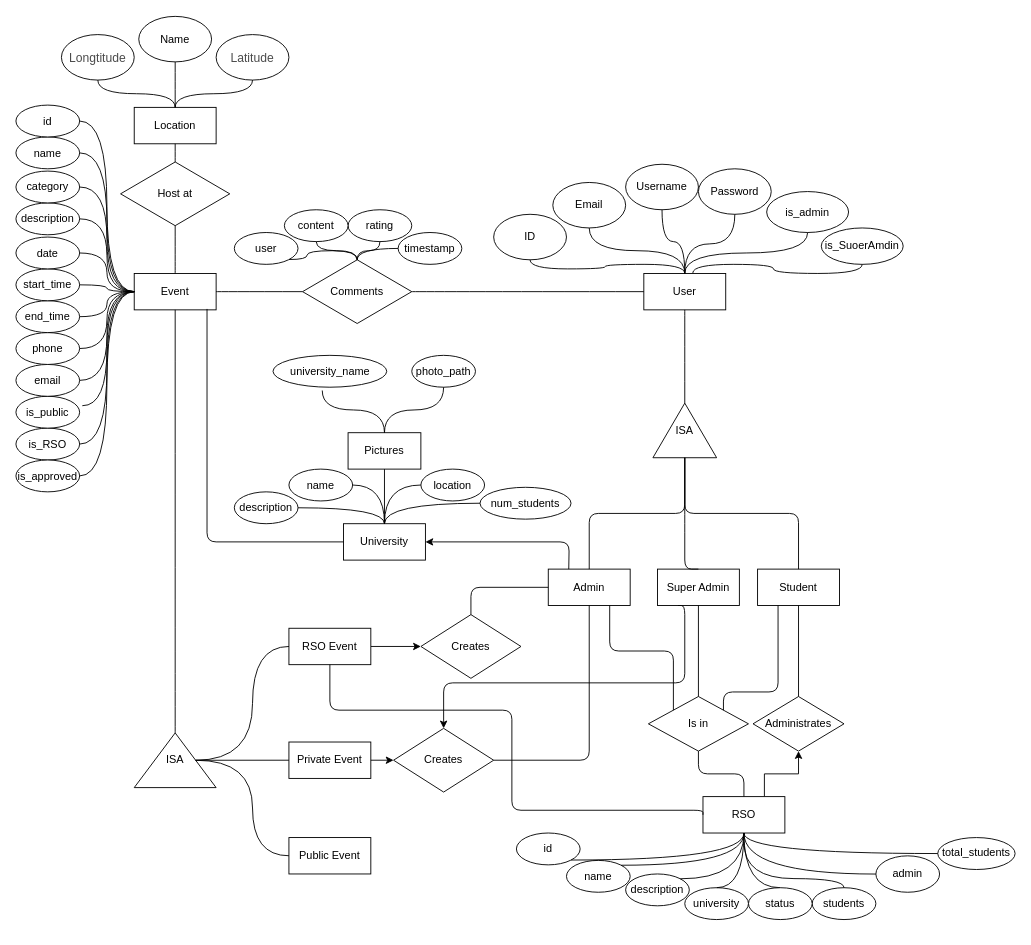
Before: Untitled Diagram.drawio in yao1999/College-Event-Website, a draw.io diagram. Source tidied: cells renumbered, new cells numbered last; positions are measured from the earlier drawing's top-left corner, leaving out a move shared by most shapes. Both pictures are drawn from the tidied source at 91%, with x=0, y=0 at pixel (15, 15).
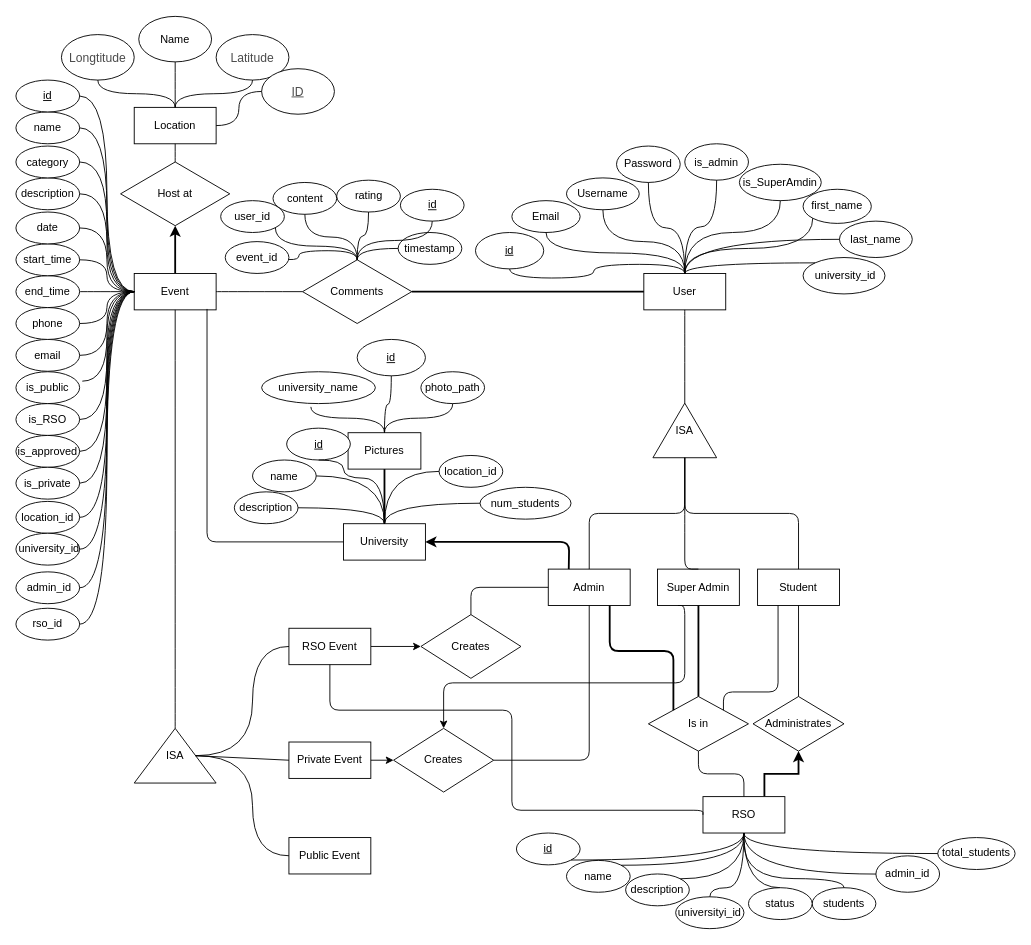
Above is the later version.

Unchanged cells that the change refers to:
```xml
<mxCell id="2" value="Location" style="rounded=0;whiteSpace=wrap;html=1;" parent="1" vertex="1">
  <mxGeometry x="130" y="100.5" width="90" height="40" as="geometry" />
</mxCell>
<mxCell id="3" value="Event" style="rounded=0;whiteSpace=wrap;html=1;" parent="1" vertex="1">
  <mxGeometry x="130" y="283" width="90" height="40" as="geometry" />
</mxCell>
<mxCell id="7" value="Admin" style="rounded=0;whiteSpace=wrap;html=1;" parent="1" vertex="1">
  <mxGeometry x="585" y="607.9" width="90" height="40" as="geometry" />
</mxCell>
<mxCell id="9" value="User" style="rounded=0;whiteSpace=wrap;html=1;" parent="1" vertex="1">
  <mxGeometry x="690" y="283" width="90" height="40" as="geometry" />
</mxCell>
<mxCell id="10" value="Super Admin" style="rounded=0;whiteSpace=wrap;html=1;" parent="1" vertex="1">
  <mxGeometry x="705" y="607.9" width="90" height="40" as="geometry" />
</mxCell>
<mxCell id="13" value="RSO" style="rounded=0;whiteSpace=wrap;html=1;" parent="1" vertex="1">
  <mxGeometry x="755" y="857.9" width="90" height="40" as="geometry" />
</mxCell>
<mxCell id="14" value="University" style="rounded=0;whiteSpace=wrap;html=1;" parent="1" vertex="1">
  <mxGeometry x="360" y="558" width="90" height="40" as="geometry" />
</mxCell>
<mxCell id="17" value="Host at" style="rhombus;whiteSpace=wrap;html=1;" parent="1" vertex="1">
  <mxGeometry x="115" y="160.5" width="120" height="70" as="geometry" />
</mxCell>
<mxCell id="18" value="Comments" style="rhombus;whiteSpace=wrap;html=1;" parent="1" vertex="1">
  <mxGeometry x="315" y="268" width="120" height="70" as="geometry" />
</mxCell>
<mxCell id="21" value="Is in" style="rhombus;whiteSpace=wrap;html=1;" parent="1" vertex="1">
  <mxGeometry x="695" y="747.9" width="110" height="60" as="geometry" />
</mxCell>
<mxCell id="22" value="Administrates" style="rhombus;whiteSpace=wrap;html=1;" parent="1" vertex="1">
  <mxGeometry x="810" y="747.9" width="100" height="60" as="geometry" />
</mxCell>
<mxCell id="99" value="Pictures" style="rounded=0;whiteSpace=wrap;html=1;" parent="1" vertex="1">
  <mxGeometry x="365" y="458" width="80" height="40" as="geometry" />
</mxCell>
```

Change to the diagram source:
```diff
@@
+    <mxCell id="39" style="edgeStyle=elbowEdgeStyle;rounded=0;jettySize=auto;elbow=vertical;html=1;entryX=0.5;entryY=1;entryDx=0;entryDy=0;strokeWidth=2;fillColor=#001933;" parent="1" edge="1" source="3" target="17">
+      <mxGeometry relative="1" as="geometry" />
+    </mxCell>
@@
-    <mxCell id="12" style="edgeStyle=orthogonalEdgeStyle;rounded=0;jettySize=auto;html=1;entryX=0.5;entryY=1;entryDx=0;entryDy=0;exitX=0.75;exitY=0;exitDx=0;exitDy=0;" parent="1" edge="1" source="13" target="22">
+    <mxCell id="12" style="edgeStyle=orthogonalEdgeStyle;rounded=0;jettySize=auto;html=1;entryX=0.5;entryY=1;entryDx=0;entryDy=0;exitX=0.75;exitY=0;exitDx=0;exitDy=0;strokeWidth=2;" parent="1" edge="1" source="13" target="22">
       <mxGeometry relative="1" as="geometry" />
     </mxCell>
@@
     <mxCell id="15" value="ISA" style="triangle;whiteSpace=wrap;html=1;direction=north;" parent="1" vertex="1">
-      <mxGeometry x="130" y="787.9" width="90" height="60.1" as="geometry" />
+      <mxGeometry x="130" y="782.9" width="90" height="60.1" as="geometry" />
     </mxCell>
@@
     <mxCell id="25" value="Email" style="ellipse;whiteSpace=wrap;html=1;" parent="1" vertex="1">
-      <mxGeometry x="590" y="183" width="80" height="50" as="geometry" />
+      <mxGeometry x="545" y="203" width="75" height="35" as="geometry" />
     </mxCell>
     <mxCell id="26" value="Username" style="ellipse;whiteSpace=wrap;html=1;" parent="1" vertex="1">
-      <mxGeometry x="670" y="163" width="80" height="50" as="geometry" />
+      <mxGeometry x="605" y="178" width="80" height="35" as="geometry" />
     </mxCell>
-    <mxCell id="27" value="ID" style="ellipse;whiteSpace=wrap;html=1;" parent="1" vertex="1">
-      <mxGeometry x="525" y="218" width="80" height="50" as="geometry" />
+    <mxCell id="27" value="&lt;u&gt;id&lt;/u&gt;" style="ellipse;whiteSpace=wrap;html=1;" parent="1" vertex="1">
+      <mxGeometry x="505" y="238" width="75" height="40" as="geometry" />
     </mxCell>
@@
     <mxCell id="29" value="Password" style="ellipse;whiteSpace=wrap;html=1;" parent="1" vertex="1">
-      <mxGeometry x="750" y="168" width="80" height="50" as="geometry" />
+      <mxGeometry x="660" y="143" width="70" height="40" as="geometry" />
     </mxCell>
     <mxCell id="30" style="edgeStyle=orthogonalEdgeStyle;rounded=0;orthogonalLoop=1;jettySize=auto;html=1;exitX=0.5;exitY=1;exitDx=0;exitDy=0;" parent="1" edge="1">
       <mxGeometry relative="1" as="geometry">
-        <mxPoint x="60" y="230.5" as="sourcePoint" />
-        <mxPoint x="60" y="230.5" as="targetPoint" />
+        <mxPoint x="60" y="203" as="sourcePoint" />
+        <mxPoint x="60" y="203" as="targetPoint" />
       </mxGeometry>
     </mxCell>
@@
-    <mxCell id="39" style="endArrow=none;html=1;exitX=0.5;exitY=0;exitDx=0;exitDy=0;entryX=0.5;entryY=1;entryDx=0;entryDy=0;edgeStyle=orthogonalEdgeStyle;curved=1;" parent="1" edge="1" source="3" target="17">
-      <mxGeometry relative="1" as="geometry" />
-    </mxCell>
@@
-    <mxCell id="47" style="endArrow=none;html=1;exitX=1;exitY=0.5;exitDx=0;exitDy=0;entryX=0;entryY=0.5;entryDx=0;entryDy=0;edgeStyle=orthogonalEdgeStyle;curved=1;" parent="1" edge="1" source="18" target="9">
+    <mxCell id="47" style="endArrow=none;html=1;exitX=1;exitY=0.5;exitDx=0;exitDy=0;entryX=0;entryY=0.5;entryDx=0;entryDy=0;edgeStyle=orthogonalEdgeStyle;curved=1;strokeWidth=2;" parent="1" edge="1" source="18" target="9">
       <mxGeometry relative="1" as="geometry" />
     </mxCell>
@@
-    <mxCell id="55" style="endArrow=none;html=1;exitX=0.5;exitY=0;exitDx=0;exitDy=0;entryX=0.5;entryY=1;entryDx=0;entryDy=0;edgeStyle=orthogonalEdgeStyle;fillColor=#001933;" parent="1" edge="1" source="21" target="10">
+    <mxCell id="55" style="endArrow=none;html=1;exitX=0.5;exitY=0;exitDx=0;exitDy=0;entryX=0.5;entryY=1;entryDx=0;entryDy=0;edgeStyle=orthogonalEdgeStyle;fillColor=#001933;strokeWidth=2;" parent="1" edge="1" source="21" target="10">
       <mxGeometry relative="1" as="geometry" />
     </mxCell>
@@
-    <mxCell id="57" style="endArrow=classic;html=1;entryX=1;entryY=0.5;entryDx=0;entryDy=0;exitX=0.25;exitY=0;exitDx=0;exitDy=0;" parent="1" edge="1" source="7" target="14">
+    <mxCell id="57" style="endArrow=classic;html=1;entryX=1;entryY=0.5;entryDx=0;entryDy=0;exitX=0.25;exitY=0;exitDx=0;exitDy=0;bold=1;fillColor=#001933;strokeWidth=2;" parent="1" edge="1" source="7" target="14">
       <mxGeometry relative="1" as="geometry">
         <Array as="points">
           <mxPoint x="608" y="578" />
         </Array>
       </mxGeometry>
     </mxCell>
-    <mxCell id="58" style="endArrow=none;html=1;exitX=0.75;exitY=1;exitDx=0;exitDy=0;entryX=0;entryY=0;entryDx=0;entryDy=0;edgeStyle=orthogonalEdgeStyle;" parent="1" edge="1" source="7" target="21">
+    <mxCell id="58" style="endArrow=none;html=1;exitX=0.75;exitY=1;exitDx=0;exitDy=0;entryX=0;entryY=0;entryDx=0;entryDy=0;edgeStyle=orthogonalEdgeStyle;strokeWidth=2;" parent="1" edge="1" source="7" target="21">
       <mxGeometry relative="1" as="geometry" />
     </mxCell>
@@
     <mxCell id="67" value="is_admin" style="ellipse;whiteSpace=wrap;html=1;" parent="1" vertex="1">
-      <mxGeometry x="825" y="193" width="90" height="45" as="geometry" />
+      <mxGeometry x="735" y="140.5" width="70" height="40" as="geometry" />
     </mxCell>
-    <mxCell id="68" value="is_SuoerAmdin" style="ellipse;whiteSpace=wrap;html=1;" parent="1" vertex="1">
-      <mxGeometry x="885" y="233" width="90" height="40" as="geometry" />
+    <mxCell id="68" value="is_SuperAmdin" style="ellipse;whiteSpace=wrap;html=1;" parent="1" vertex="1">
+      <mxGeometry x="795" y="163" width="90" height="40" as="geometry" />
     </mxCell>
@@
-    <mxCell id="70" style="endArrow=none;html=1;entryX=0.5;entryY=1;entryDx=0;entryDy=0;exitX=0.598;exitY=-0.012;exitDx=0;exitDy=0;exitPerimeter=0;edgeStyle=orthogonalEdgeStyle;curved=1;" parent="1" edge="1" source="9" target="68">
-      <mxGeometry relative="1" as="geometry" />
+    <mxCell id="70" style="endArrow=none;html=1;entryX=0.5;entryY=1;entryDx=0;entryDy=0;edgeStyle=orthogonalEdgeStyle;curved=1;" parent="1" edge="1" target="68">
+      <mxGeometry relative="1" as="geometry">
+        <mxPoint x="735" y="283" as="sourcePoint" />
+        <Array as="points">
+          <mxPoint x="735" y="238" />
+          <mxPoint x="840" y="238" />
+        </Array>
+      </mxGeometry>
     </mxCell>
-    <mxCell id="71" value="location" style="ellipse;whiteSpace=wrap;html=1;" parent="1" vertex="1">
-      <mxGeometry x="445" y="498" width="70" height="35" as="geometry" />
+    <mxCell id="71" value="location_id" style="ellipse;whiteSpace=wrap;html=1;" parent="1" vertex="1">
+      <mxGeometry x="465" y="483" width="70" height="35" as="geometry" />
     </mxCell>
     <mxCell id="72" value="photo_path" style="ellipse;whiteSpace=wrap;html=1;" parent="1" vertex="1">
-      <mxGeometry x="435" y="373" width="70" height="35" as="geometry" />
+      <mxGeometry x="445" y="391" width="70" height="35" as="geometry" />
     </mxCell>
     <mxCell id="73" value="university_name" style="ellipse;whiteSpace=wrap;html=1;" parent="1" vertex="1">
-      <mxGeometry x="282.5" y="373" width="125" height="35" as="geometry" />
+      <mxGeometry x="270" y="391" width="125" height="35" as="geometry" />
     </mxCell>
@@
-    <mxCell id="76" value="admin" style="ellipse;whiteSpace=wrap;html=1;" parent="1" vertex="1">
+    <mxCell id="76" value="admin_id" style="ellipse;whiteSpace=wrap;html=1;" parent="1" vertex="1">
       <mxGeometry x="945" y="923" width="70" height="40" as="geometry" />
     </mxCell>
@@
-    <mxCell id="78" value="university" style="ellipse;whiteSpace=wrap;html=1;" parent="1" vertex="1">
-      <mxGeometry x="735" y="958" width="70" height="35" as="geometry" />
+    <mxCell id="78" value="universityi_id" style="ellipse;whiteSpace=wrap;html=1;" parent="1" vertex="1">
+      <mxGeometry x="725" y="968" width="75" height="35" as="geometry" />
     </mxCell>
@@
-    <mxCell id="81" value="id" style="ellipse;whiteSpace=wrap;html=1;" parent="1" vertex="1">
+    <mxCell id="81" value="&lt;u&gt;id&lt;/u&gt;" style="ellipse;whiteSpace=wrap;html=1;" parent="1" vertex="1">
       <mxGeometry x="550" y="897.9" width="70" height="35" as="geometry" />
     </mxCell>
     <mxCell id="82" value="name" style="ellipse;whiteSpace=wrap;html=1;" parent="1" vertex="1">
-      <mxGeometry x="300" y="498" width="70" height="35" as="geometry" />
+      <mxGeometry x="260" y="488" width="70" height="35" as="geometry" />
     </mxCell>
@@
     <mxCell id="84" value="is_RSO" style="ellipse;whiteSpace=wrap;html=1;" parent="1" vertex="1">
-      <mxGeometry y="453" width="70" height="35" as="geometry" />
+      <mxGeometry y="426" width="70" height="35" as="geometry" />
     </mxCell>
     <mxCell id="85" value="is_public" style="ellipse;whiteSpace=wrap;html=1;" parent="1" vertex="1">
-      <mxGeometry y="418" width="70" height="35" as="geometry" />
+      <mxGeometry y="391" width="70" height="35" as="geometry" />
     </mxCell>
     <mxCell id="86" value="email" style="ellipse;whiteSpace=wrap;html=1;" parent="1" vertex="1">
-      <mxGeometry y="383" width="70" height="35" as="geometry" />
+      <mxGeometry y="355.5" width="70" height="35" as="geometry" />
     </mxCell>
     <mxCell id="87" value="phone" style="ellipse;whiteSpace=wrap;html=1;" parent="1" vertex="1">
-      <mxGeometry y="348" width="70" height="35" as="geometry" />
+      <mxGeometry y="320.5" width="70" height="35" as="geometry" />
     </mxCell>
     <mxCell id="88" value="end_time" style="ellipse;whiteSpace=wrap;html=1;" parent="1" vertex="1">
-      <mxGeometry y="313" width="70" height="35" as="geometry" />
+      <mxGeometry y="285.5" width="70" height="35" as="geometry" />
     </mxCell>
     <mxCell id="89" value="start_time" style="ellipse;whiteSpace=wrap;html=1;" parent="1" vertex="1">
-      <mxGeometry y="278" width="70" height="35" as="geometry" />
+      <mxGeometry y="250.5" width="70" height="35" as="geometry" />
     </mxCell>
     <mxCell id="90" value="date" style="ellipse;whiteSpace=wrap;html=1;" parent="1" vertex="1">
-      <mxGeometry y="243" width="70" height="35" as="geometry" />
+      <mxGeometry y="215.5" width="70" height="35" as="geometry" />
     </mxCell>
     <mxCell id="91" value="description" style="ellipse;whiteSpace=wrap;html=1;" parent="1" vertex="1">
-      <mxGeometry y="205.5" width="70" height="35" as="geometry" />
+      <mxGeometry y="178" width="70" height="35" as="geometry" />
     </mxCell>
     <mxCell id="92" value="category" style="ellipse;whiteSpace=wrap;html=1;" parent="1" vertex="1">
-      <mxGeometry y="170.5" width="70" height="35" as="geometry" />
+      <mxGeometry y="143" width="70" height="35" as="geometry" />
     </mxCell>
     <mxCell id="93" value="name" style="ellipse;whiteSpace=wrap;html=1;" parent="1" vertex="1">
-      <mxGeometry y="133" width="70" height="35" as="geometry" />
+      <mxGeometry y="105.5" width="70" height="35" as="geometry" />
     </mxCell>
-    <mxCell id="94" value="id" style="ellipse;whiteSpace=wrap;html=1;" parent="1" vertex="1">
-      <mxGeometry y="98" width="70" height="35" as="geometry" />
+    <mxCell id="94" value="&lt;u&gt;id&lt;/u&gt;" style="ellipse;whiteSpace=wrap;html=1;" parent="1" vertex="1">
+      <mxGeometry y="70.5" width="70" height="35" as="geometry" />
     </mxCell>
@@
     <mxCell id="96" value="rating" style="ellipse;whiteSpace=wrap;html=1;" parent="1" vertex="1">
-      <mxGeometry x="365" y="213" width="70" height="35" as="geometry" />
+      <mxGeometry x="352.5" y="180.5" width="70" height="35" as="geometry" />
     </mxCell>
     <mxCell id="97" value="content" style="ellipse;whiteSpace=wrap;html=1;" parent="1" vertex="1">
-      <mxGeometry x="295" y="213" width="70" height="35" as="geometry" />
+      <mxGeometry x="282.5" y="183" width="70" height="35" as="geometry" />
     </mxCell>
-    <mxCell id="98" value="user" style="ellipse;whiteSpace=wrap;html=1;" parent="1" vertex="1">
-      <mxGeometry x="240" y="238" width="70" height="35" as="geometry" />
-    </mxCell>
@@
     <mxCell id="100" value="is_approved" style="ellipse;whiteSpace=wrap;html=1;" parent="1" vertex="1">
-      <mxGeometry y="488" width="70" height="35" as="geometry" />
+      <mxGeometry y="461" width="70" height="35" as="geometry" />
     </mxCell>
@@
-    <mxCell id="108" style="endArrow=none;html=1;edgeStyle=orthogonalEdgeStyle;curved=1;exitX=1;exitY=1;exitDx=0;exitDy=0;entryX=0.5;entryY=0;entryDx=0;entryDy=0;" parent="1" edge="1" source="98" target="18">
-      <mxGeometry relative="1" as="geometry" />
+    <mxCell id="108" style="endArrow=none;html=1;edgeStyle=orthogonalEdgeStyle;curved=1;exitX=1;exitY=1;exitDx=0;exitDy=0;entryX=0.5;entryY=0;entryDx=0;entryDy=0;" parent="1" edge="1" target="18">
+      <mxGeometry relative="1" as="geometry">
+        <mxPoint x="300.1" y="267.7" as="sourcePoint" />
+      </mxGeometry>
     </mxCell>
@@
-    <mxCell id="114" style="endArrow=none;html=1;exitX=0.5;exitY=0;exitDx=0;exitDy=0;entryX=0.5;entryY=1;entryDx=0;entryDy=0;" parent="1" edge="1" source="14" target="99">
+    <mxCell id="114" style="endArrow=none;html=1;exitX=0.5;exitY=0;exitDx=0;exitDy=0;entryX=0.5;entryY=1;entryDx=0;entryDy=0;strokeWidth=2;" parent="1" edge="1" source="14" target="99">
       <mxGeometry relative="1" as="geometry" />
     </mxCell>
@@
+    <mxCell id="129" value="is_private" style="ellipse;whiteSpace=wrap;html=1;" parent="1" vertex="1">
+      <mxGeometry y="496" width="70" height="35" as="geometry" />
+    </mxCell>
+    <mxCell id="130" style="endArrow=none;html=1;strokeWidth=1;fillColor=#001933;exitX=1;exitY=0.5;exitDx=0;exitDy=0;entryX=0;entryY=0.5;entryDx=0;entryDy=0;edgeStyle=orthogonalEdgeStyle;curved=1;" parent="1" edge="1" source="129" target="3">
+      <mxGeometry relative="1" as="geometry" />
+    </mxCell>
+    <mxCell id="131" value="&lt;span style=&quot;font-family: &amp;#34;noto_regular&amp;#34; ; color: rgb(75 , 75 , 75) ; font-size: 10pt&quot;&gt;&lt;u&gt;ID&lt;/u&gt;&lt;/span&gt;" style="ellipse;whiteSpace=wrap;html=1;" parent="1" vertex="1">
+      <mxGeometry x="270" y="58" width="80" height="50" as="geometry" />
+    </mxCell>
+    <mxCell id="132" style="endArrow=none;html=1;exitX=1;exitY=0.5;exitDx=0;exitDy=0;entryX=0;entryY=0.5;entryDx=0;entryDy=0;edgeStyle=orthogonalEdgeStyle;curved=1;" parent="1" edge="1" source="2" target="131">
+      <mxGeometry relative="1" as="geometry" />
+    </mxCell>
+    <mxCell id="133" value="location_id" style="ellipse;whiteSpace=wrap;html=1;" parent="1" vertex="1">
+      <mxGeometry y="533.5" width="70" height="35" as="geometry" />
+    </mxCell>
+    <mxCell id="134" value="&amp;nbsp;university_id" style="ellipse;whiteSpace=wrap;html=1;" parent="1" vertex="1">
+      <mxGeometry y="568.5" width="70" height="35" as="geometry" />
+    </mxCell>
+    <mxCell id="135" value="&amp;nbsp;admin_id" style="ellipse;whiteSpace=wrap;html=1;" parent="1" vertex="1">
+      <mxGeometry y="610.9" width="70" height="35" as="geometry" />
+    </mxCell>
+    <mxCell id="136" value="rso_id" style="ellipse;whiteSpace=wrap;html=1;" parent="1" vertex="1">
+      <mxGeometry y="650.9" width="70" height="35" as="geometry" />
+    </mxCell>
+    <mxCell id="137" style="endArrow=none;html=1;strokeWidth=1;fillColor=#001933;exitX=1;exitY=0.5;exitDx=0;exitDy=0;entryX=0;entryY=0.5;entryDx=0;entryDy=0;edgeStyle=orthogonalEdgeStyle;curved=1;" parent="1" edge="1" source="133" target="3">
+      <mxGeometry relative="1" as="geometry" />
+    </mxCell>
+    <mxCell id="138" style="endArrow=none;html=1;strokeWidth=1;fillColor=#001933;exitX=1;exitY=0.5;exitDx=0;exitDy=0;entryX=0;entryY=0.5;entryDx=0;entryDy=0;edgeStyle=orthogonalEdgeStyle;curved=1;" parent="1" edge="1" source="134" target="3">
+      <mxGeometry relative="1" as="geometry" />
+    </mxCell>
+    <mxCell id="139" style="endArrow=none;html=1;strokeWidth=1;fillColor=#001933;exitX=1;exitY=0.5;exitDx=0;exitDy=0;entryX=0;entryY=0.5;entryDx=0;entryDy=0;edgeStyle=orthogonalEdgeStyle;curved=1;" parent="1" edge="1" source="135" target="3">
+      <mxGeometry relative="1" as="geometry" />
+    </mxCell>
+    <mxCell id="140" style="endArrow=none;html=1;strokeWidth=1;fillColor=#001933;exitX=1;exitY=0.5;exitDx=0;exitDy=0;entryX=0;entryY=0.5;entryDx=0;entryDy=0;edgeStyle=orthogonalEdgeStyle;curved=1;" parent="1" edge="1" source="136" target="3">
+      <mxGeometry relative="1" as="geometry" />
+    </mxCell>
+    <mxCell id="141" value="event_id" style="ellipse;whiteSpace=wrap;html=1;" parent="1" vertex="1">
+      <mxGeometry x="230" y="248" width="70" height="35" as="geometry" />
+    </mxCell>
+    <mxCell id="142" value="user_id" style="ellipse;whiteSpace=wrap;html=1;" parent="1" vertex="1">
+      <mxGeometry x="225" y="203" width="70" height="35" as="geometry" />
+    </mxCell>
+    <mxCell id="143" value="&lt;u&gt;id&lt;/u&gt;" style="ellipse;whiteSpace=wrap;html=1;" parent="1" vertex="1">
+      <mxGeometry x="422.5" y="190.5" width="70" height="35" as="geometry" />
+    </mxCell>
+    <mxCell id="144" style="endArrow=none;html=1;exitX=0.5;exitY=1;exitDx=0;exitDy=0;entryX=0.5;entryY=0;entryDx=0;entryDy=0;edgeStyle=orthogonalEdgeStyle;curved=1;" parent="1" edge="1" source="143" target="18">
+      <mxGeometry relative="1" as="geometry" />
+    </mxCell>
+    <mxCell id="145" style="endArrow=none;html=1;exitX=0.5;exitY=0;exitDx=0;exitDy=0;entryX=1;entryY=1;entryDx=0;entryDy=0;edgeStyle=orthogonalEdgeStyle;curved=1;" parent="1" edge="1" source="18" target="142">
+      <mxGeometry relative="1" as="geometry" />
+    </mxCell>
+    <mxCell id="146" value="first_name" style="ellipse;whiteSpace=wrap;html=1;" parent="1" vertex="1">
+      <mxGeometry x="865" y="190.5" width="75" height="37.5" as="geometry" />
+    </mxCell>
+    <mxCell id="147" value="last_name" style="ellipse;whiteSpace=wrap;html=1;" parent="1" vertex="1">
+      <mxGeometry x="905" y="225.5" width="80" height="40" as="geometry" />
+    </mxCell>
+    <mxCell id="148" value="&amp;nbsp;university_id" style="ellipse;whiteSpace=wrap;html=1;" parent="1" vertex="1">
+      <mxGeometry x="865" y="265.5" width="90" height="40" as="geometry" />
+    </mxCell>
+    <mxCell id="149" style="endArrow=none;html=1;entryX=0;entryY=0.5;entryDx=0;entryDy=0;exitX=0.5;exitY=0;exitDx=0;exitDy=0;edgeStyle=orthogonalEdgeStyle;curved=1;" parent="1" edge="1" source="9" target="147">
+      <mxGeometry relative="1" as="geometry" />
+    </mxCell>
+    <mxCell id="150" style="endArrow=none;html=1;entryX=0;entryY=0;entryDx=0;entryDy=0;exitX=0.5;exitY=0;exitDx=0;exitDy=0;edgeStyle=orthogonalEdgeStyle;curved=1;" parent="1" edge="1" source="9" target="148">
+      <mxGeometry relative="1" as="geometry" />
+    </mxCell>
+    <mxCell id="151" style="endArrow=none;html=1;entryX=0;entryY=1;entryDx=0;entryDy=0;exitX=0.5;exitY=0;exitDx=0;exitDy=0;edgeStyle=orthogonalEdgeStyle;curved=1;" parent="1" edge="1" source="9" target="146">
+      <mxGeometry relative="1" as="geometry" />
+    </mxCell>
+    <mxCell id="152" value="&lt;u&gt;id&lt;/u&gt;" style="ellipse;whiteSpace=wrap;html=1;" parent="1" vertex="1">
+      <mxGeometry x="375" y="355.5" width="75" height="40" as="geometry" />
+    </mxCell>
+    <mxCell id="153" style="endArrow=none;html=1;exitX=0.5;exitY=1;exitDx=0;exitDy=0;entryX=0.5;entryY=0;entryDx=0;entryDy=0;edgeStyle=orthogonalEdgeStyle;curved=1;" parent="1" edge="1" source="152" target="99">
+      <mxGeometry relative="1" as="geometry" />
+    </mxCell>
+    <mxCell id="154" value="&lt;u&gt;id&lt;/u&gt;" style="ellipse;whiteSpace=wrap;html=1;" parent="1" vertex="1">
+      <mxGeometry x="297.5" y="453" width="70" height="35" as="geometry" />
+    </mxCell>
+    <mxCell id="155" style="endArrow=none;html=1;edgeStyle=orthogonalEdgeStyle;curved=1;entryX=0.5;entryY=0;entryDx=0;entryDy=0;exitX=0.5;exitY=1;exitDx=0;exitDy=0;" parent="1" edge="1" source="154" target="14">
+      <mxGeometry relative="1" as="geometry">
+        <Array as="points">
+          <mxPoint x="360" y="488" />
+          <mxPoint x="360" y="508" />
+          <mxPoint x="405" y="508" />
+        </Array>
+      </mxGeometry>
+    </mxCell>
+    <mxCell id="156" value="&amp;nbsp; &amp;nbsp; &amp;nbsp;&amp;nbsp;" style="text;html=1;align=center;verticalAlign=middle;strokeColor=none;" parent="1" vertex="1">
+      <mxGeometry x="850" y="368" width="40" height="20" as="geometry" />
+    </mxCell>
```
